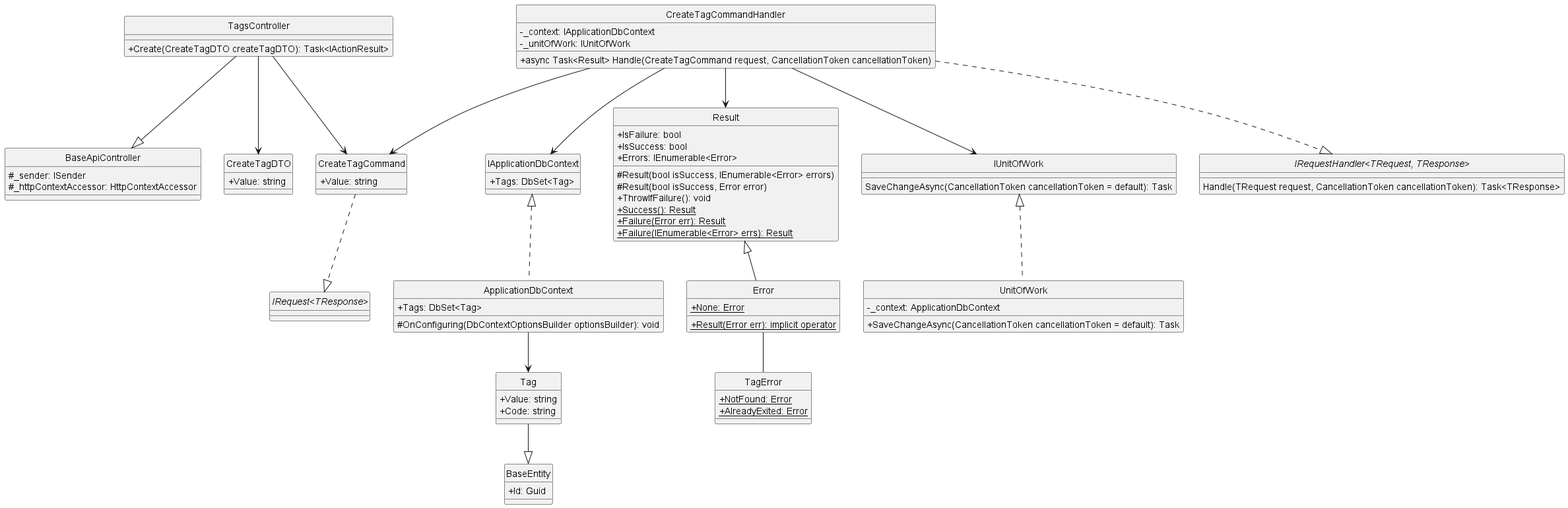
Earlier version of the PlantUML export docs/Class Diagram/Post/Tags/CreateTag/ClassDiagram/createTag.png (Carl-Johnsons/Chat-Application). The source it was exported from:
```plantuml
@startuml createTag
hide circle
skinparam classAttributeIconSize 0

class BaseApiController {
    #_sender: ISender
    #_httpContextAccessor: HttpContextAccessor
}

class TagsController {
    +Create(CreateTagDTO createTagDTO): Task<IActionResult>
}

class CreateTagCommand {
    +Value: string
}

class CreateTagCommandHandler {
    -_context: IApplicationDbContext
    -_unitOfWork: IUnitOfWork
    +async Task<Result> Handle(CreateTagCommand request, CancellationToken cancellationToken)
}

class IApplicationDbContext {
    +Tags: DbSet<Tag>
}

class ApplicationDbContext {
    +Tags: DbSet<Tag>
    #OnConfiguring(DbContextOptionsBuilder optionsBuilder): void
}

class Result {
    +IsFailure: bool
    +IsSuccess: bool
    +Errors: IEnumerable<Error>
    #Result(bool isSuccess, IEnumerable<Error> errors)
    #Result(bool isSuccess, Error error)
    +ThrowIfFailure(): void
    +{static} Success(): Result
    +{static} Failure(Error err): Result
    +{static} Failure(IEnumerable<Error> errs): Result
}

class Error {
    +{static} None: Error
    +{static} Result(Error err): implicit operator
}

class IUnitOfWork {
    SaveChangeAsync(CancellationToken cancellationToken = default): Task
}

class UnitOfWork {
    -_context: ApplicationDbContext
    +SaveChangeAsync(CancellationToken cancellationToken = default): Task
}

class TagError {
    +{static} NotFound: Error
    +{static} AlreadyExited: Error
}

class CreateTagDTO {
    +Value: string
}

class BaseEntity {
    +Id: Guid
}

class Tag {
    +Value: string
    +Code: string
}

interface "IRequest<TResponse>"
interface "IRequestHandler<TRequest, TResponse>"{
    Handle(TRequest request, CancellationToken cancellationToken): Task<TResponse>
}

TagsController --|> BaseApiController
TagsController --> CreateTagCommand
TagsController --> CreateTagDTO
CreateTagCommand ..|> "IRequest<TResponse>"
CreateTagCommandHandler ..|>  "IRequestHandler<TRequest, TResponse>"
CreateTagCommandHandler --> CreateTagCommand
CreateTagCommandHandler --> Result
CreateTagCommandHandler --> IUnitOfWork
CreateTagCommandHandler --> IApplicationDbContext
Result <|-- Error
Error -- TagError
Tag --|> BaseEntity
IUnitOfWork <|.. UnitOfWork
IApplicationDbContext <|.. ApplicationDbContext
ApplicationDbContext --> Tag
@enduml
```
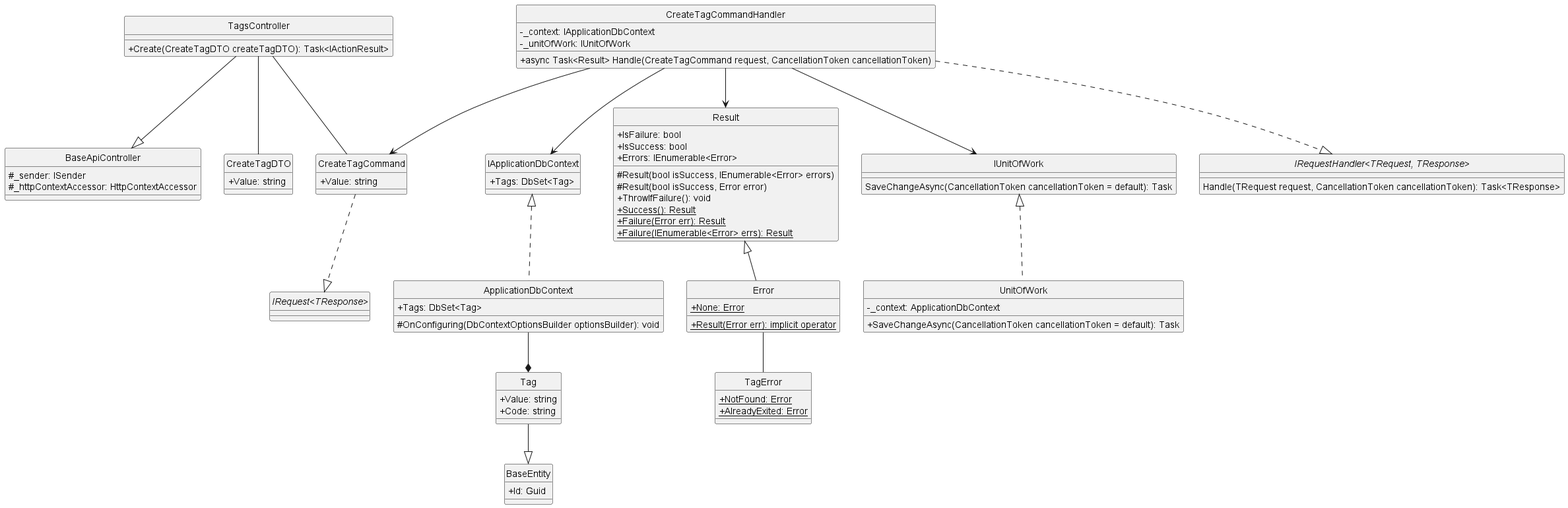
Later version of the same file.

What changed in the source:
```diff
@@ -80,8 +80,8 @@
 }
 
 TagsController --|> BaseApiController
-TagsController --> CreateTagCommand
-TagsController --> CreateTagDTO
+TagsController -- CreateTagCommand
+TagsController -- CreateTagDTO
 CreateTagCommand ..|> "IRequest<TResponse>"
 CreateTagCommandHandler ..|>  "IRequestHandler<TRequest, TResponse>"
 CreateTagCommandHandler --> CreateTagCommand
@@ -93,5 +93,5 @@
 Tag --|> BaseEntity
 IUnitOfWork <|.. UnitOfWork
 IApplicationDbContext <|.. ApplicationDbContext
-ApplicationDbContext --> Tag
+ApplicationDbContext --* Tag
 @enduml
```
